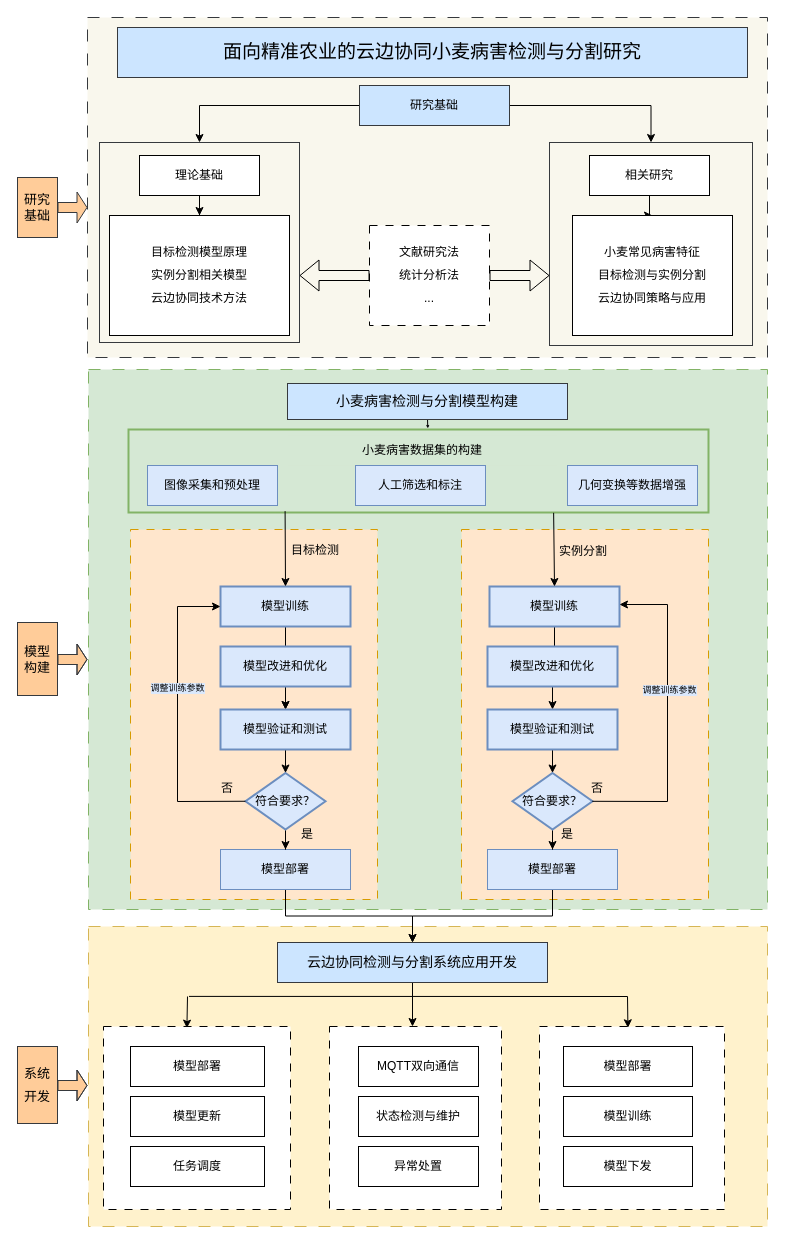
Earlier version of the draw.io diagram 未命名绘图.drawio (macwx/macw). Source tidied: cells renumbered, new cells numbered last; positions are measured from the earlier drawing's top-left corner, leaving out a move shared by most shapes. Both pictures are drawn from the tidied source at 100%, with x=0, y=0 at pixel (17, 17).
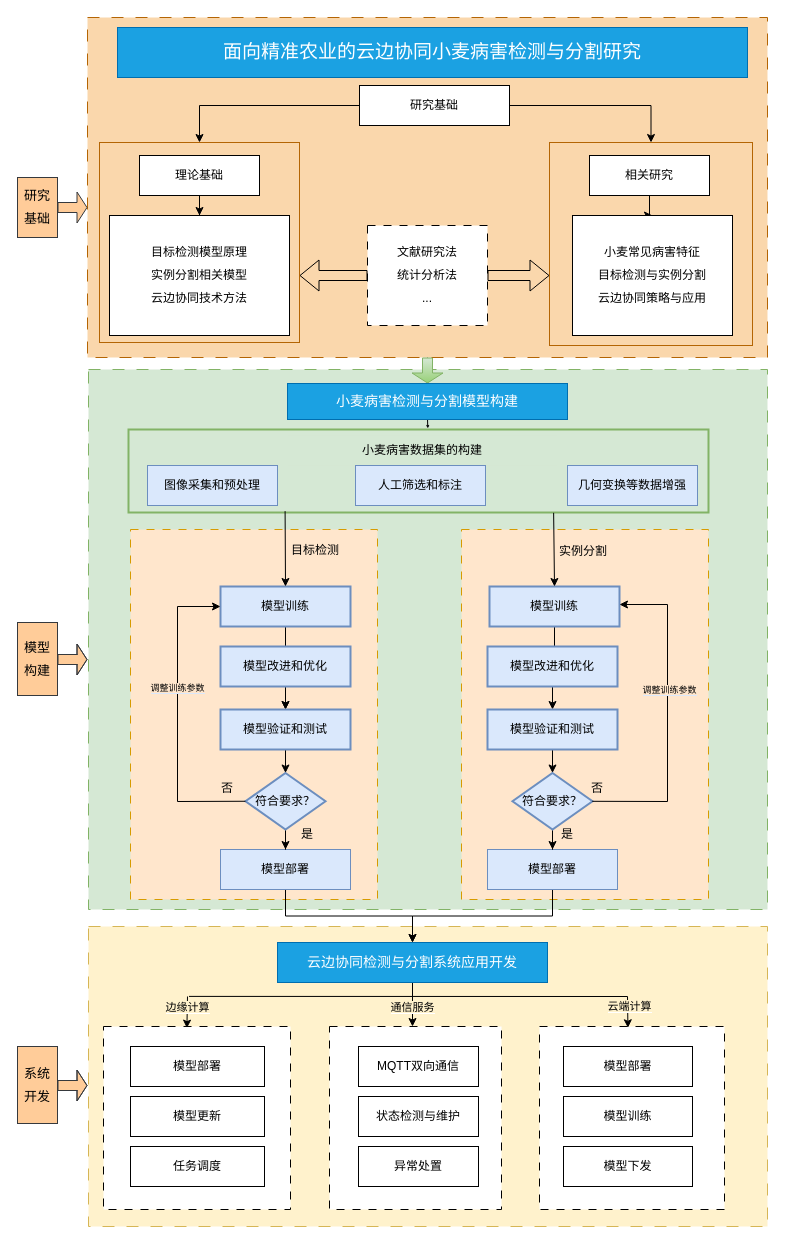
After the change.

Commit message:
更新未命名绘图.drawio

The change refers to these unchanged cells:
```xml
<mxCell id="51" style="endArrow=classic;html=1;rounded=0;exitX=0;exitY=0.5;exitDx=0;exitDy=0;entryX=0;entryY=0.5;entryDx=0;entryDy=0;" parent="1" edge="1" source="45" target="32">
  <mxGeometry relative="1" as="geometry">
    <Array as="points">
      <mxPoint x="160" y="784" />
      <mxPoint x="160" y="589" />
    </Array>
  </mxGeometry>
</mxCell>
<mxCell id="56" style="endArrow=classic;html=1;rounded=0;exitX=0.412;exitY=1.009;exitDx=0;exitDy=0;entryX=1;entryY=0.5;entryDx=0;entryDy=0;exitPerimeter=0;" parent="1" edge="1">
  <mxGeometry relative="1" as="geometry">
    <mxPoint x="574.7" y="783.8" as="sourcePoint" />
    <mxPoint x="602" y="587" as="targetPoint" />
    <Array as="points">
      <mxPoint x="650" y="784" />
      <mxPoint x="650" y="587" />
    </Array>
  </mxGeometry>
</mxCell>
<mxCell id="73" style="endArrow=classic;html=1;rounded=0;entryX=0.446;entryY=0.009;entryDx=0;entryDy=0;entryPerimeter=0;" parent="1" edge="1" target="8">
  <mxGeometry relative="1" as="geometry">
    <mxPoint x="170" y="979" as="sourcePoint" />
  </mxGeometry>
</mxCell>
<mxCell id="74" style="endArrow=classic;html=1;rounded=0;" parent="1" edge="1">
  <mxGeometry relative="1" as="geometry">
    <mxPoint x="395" y="979" as="sourcePoint" />
    <mxPoint x="395" y="1009" as="targetPoint" />
  </mxGeometry>
</mxCell>
<mxCell id="75" style="endArrow=classic;html=1;rounded=0;entryX=0.478;entryY=0.007;entryDx=0;entryDy=0;entryPerimeter=0;" parent="1" edge="1" target="6">
  <mxGeometry relative="1" as="geometry">
    <mxPoint x="610" y="979" as="sourcePoint" />
  </mxGeometry>
</mxCell>
```

The edit, as a diff of the source:
```diff
@@
+    <mxCell id="84" style="edgeStyle=orthogonalEdgeStyle;rounded=0;jettySize=auto;html=1;" parent="1" edge="1" source="10" target="83">
+      <mxGeometry relative="1" as="geometry" />
+    </mxCell>
-    <mxCell id="10" style="rounded=0;whiteSpace=wrap;html=1;dashed=1;fillColor=#f9f7ed;strokeColor=#36393d;dashPattern=12 12;" parent="1" vertex="1">
+    <mxCell id="10" style="rounded=0;whiteSpace=wrap;html=1;dashed=1;dashPattern=12 12;fillColor=#fad7ac;strokeColor=#b46504;" parent="1" vertex="1">
       <mxGeometry x="70" width="680" height="340" as="geometry" />
     </mxCell>
-    <mxCell id="11" style="whiteSpace=wrap;html=1;fillColor=#f9f7ed;strokeColor=#36393d;" parent="1" vertex="1">
+    <mxCell id="11" style="whiteSpace=wrap;html=1;fillColor=#fad7ac;strokeColor=#b46504;" parent="1" vertex="1">
       <mxGeometry x="532" y="125" width="203" height="203" as="geometry" />
     </mxCell>
-    <mxCell id="12" value="&#10;&lt;span style=&quot;color: rgba(0, 0, 0, 0); font-family: monospace; font-size: 0px; font-style: normal; font-variant-ligatures: normal; font-variant-caps: normal; font-weight: 400; letter-spacing: normal; orphans: 2; text-align: start; text-indent: 0px; text-transform: none; widows: 2; word-spacing: 0px; -webkit-text-stroke-width: 0px; white-space: nowrap; background-color: rgb(251, 251, 251); text-decoration-thickness: initial; text-decoration-style: initial; text-decoration-color: initial; display: inline !important; float: none;&quot;&gt;&amp;nbsp;&lt;/span&gt;&#10;&#10;" style="whiteSpace=wrap;html=1;fillColor=#f9f7ed;strokeColor=#36393d;" parent="1" vertex="1">
+    <mxCell id="12" value="&#10;&lt;span style=&quot;color: rgba(0, 0, 0, 0); font-family: monospace; font-size: 0px; font-style: normal; font-variant-ligatures: normal; font-variant-caps: normal; font-weight: 400; letter-spacing: normal; orphans: 2; text-align: start; text-indent: 0px; text-transform: none; widows: 2; word-spacing: 0px; -webkit-text-stroke-width: 0px; white-space: nowrap; background-color: rgb(251, 251, 251); text-decoration-thickness: initial; text-decoration-style: initial; text-decoration-color: initial; display: inline !important; float: none;&quot;&gt;&amp;nbsp;&lt;/span&gt;&#10;&#10;" style="whiteSpace=wrap;html=1;fillColor=#fad7ac;strokeColor=#b46504;" parent="1" vertex="1">
       <mxGeometry x="82" y="125" width="200" height="200" as="geometry" />
     </mxCell>
@@
-    <mxCell id="16" value="研究基础" style="rounded=0;whiteSpace=wrap;html=1;fillColor=#cce5ff;strokeColor=#36393d;" parent="1" vertex="1">
+    <mxCell id="16" value="研究基础" style="rounded=0;whiteSpace=wrap;html=1;" parent="1" vertex="1">
       <mxGeometry x="342" y="68" width="150" height="40" as="geometry" />
     </mxCell>
-    <mxCell id="17" value="&lt;font style=&quot;font-size: 19px;&quot;&gt;&lt;span style=&quot;line-height: 90%;&quot;&gt;面向精准农业的云边协同小麦病害检测与分割研究&lt;/span&gt;&lt;/font&gt;" style="rounded=0;whiteSpace=wrap;html=1;fillColor=#cce5ff;strokeColor=#36393d;" parent="1" vertex="1">
+    <mxCell id="17" value="&lt;font style=&quot;font-size: 19px;&quot;&gt;&lt;span style=&quot;line-height: 90%;&quot;&gt;面向精准农业的云边协同小麦病害检测与分割研究&lt;/span&gt;&lt;/font&gt;" style="rounded=0;whiteSpace=wrap;html=1;fillColor=#1ba1e2;strokeColor=#006EAF;fontColor=#ffffff;" parent="1" vertex="1">
       <mxGeometry x="100" y="10" width="630" height="50" as="geometry" />
     </mxCell>
@@
+    <mxCell id="85" style="edgeStyle=orthogonalEdgeStyle;rounded=0;jettySize=auto;html=1;shape=flexArrow;fillColor=#d5e8d4;strokeColor=#82b366;endSize=3;startSize=3;sourcePerimeterSpacing=32;gradientColor=#97d077;" parent="1" edge="1" source="24" target="83">
+      <mxGeometry relative="1" as="geometry" />
+    </mxCell>
     <mxCell id="24" value="&lt;div style=&quot;line-height: 190%;&quot;&gt;文献研究法&lt;div&gt;统计分析法&lt;/div&gt;&lt;div&gt;...&lt;/div&gt;&lt;/div&gt;" style="rounded=0;whiteSpace=wrap;html=1;dashed=1;dashPattern=8 8;" parent="1" vertex="1">
-      <mxGeometry x="352" y="208" width="120" height="100" as="geometry" />
+      <mxGeometry x="350" y="208" width="120" height="100" as="geometry" />
     </mxCell>
@@
-    <mxCell id="52" value="调整训练参数" style="edgeLabel;html=1;align=center;verticalAlign=middle;labelBackgroundColor=light-dark(#dae8fc, #ededed);fontSize=9;" parent="51" vertex="1">
+    <mxCell id="52" value="&lt;span style=&quot;background-color: light-dark(rgb(255, 230, 204), rgb(237, 237, 237));&quot;&gt;调整训练参数&lt;/span&gt;" style="edgeLabel;html=1;align=center;verticalAlign=middle;labelBackgroundColor=light-dark(#dae8fc, #ededed);fontSize=9;" parent="51" vertex="1">
       <mxGeometry x="0.19" y="1" relative="1" as="geometry" />
     </mxCell>
@@
-    <mxCell id="57" value="调整训练参数" style="edgeLabel;html=1;align=center;verticalAlign=middle;fontSize=9;labelBackgroundColor=light-dark(#dae8fc, #ededed);" parent="56" vertex="1">
+    <mxCell id="57" value="&lt;span style=&quot;background-color: light-dark(rgb(255, 230, 204), rgb(237, 237, 237));&quot;&gt;调整训练参数&lt;/span&gt;" style="edgeLabel;html=1;align=center;verticalAlign=middle;fontSize=9;labelBackgroundColor=light-dark(#dae8fc, #ededed);" parent="56" vertex="1">
       <mxGeometry x="0.17" y="-1" relative="1" as="geometry" />
     </mxCell>
@@
-    <mxCell id="62" value="&lt;font style=&quot;font-size: 14px;&quot;&gt;云边协同检测与分割系统应用开发&lt;/font&gt;" style="rounded=0;whiteSpace=wrap;html=1;fillColor=#cce5ff;strokeColor=#36393d;" parent="1" vertex="1">
+    <mxCell id="62" value="&lt;font style=&quot;font-size: 14px;&quot;&gt;云边协同检测与分割系统应用开发&lt;/font&gt;" style="rounded=0;whiteSpace=wrap;html=1;fillColor=#1ba1e2;strokeColor=#006EAF;fontColor=#ffffff;" parent="1" vertex="1">
       <mxGeometry x="260" y="925" width="270" height="40" as="geometry" />
     </mxCell>
@@
+    <mxCell id="86" value="&lt;span style=&quot;background-color: light-dark(rgb(255, 242, 204), rgb(237, 237, 237));&quot;&gt;边缘计算&lt;/span&gt;" style="edgeLabel;html=1;align=center;verticalAlign=middle;" parent="73" vertex="1">
+      <mxGeometry x="-0.39" relative="1" as="geometry">
+        <mxPoint y="1" as="offset" />
+      </mxGeometry>
+    </mxCell>
@@
+    <mxCell id="87" value="&lt;span style=&quot;background-color: light-dark(rgb(255, 242, 204), rgb(237, 237, 237));&quot;&gt;通信服务&lt;/span&gt;" style="edgeLabel;html=1;align=center;verticalAlign=middle;" parent="74" vertex="1">
+      <mxGeometry x="-0.44" y="-1" relative="1" as="geometry">
+        <mxPoint y="2" as="offset" />
+      </mxGeometry>
+    </mxCell>
@@
+    <mxCell id="88" value="&lt;span style=&quot;background-color: light-dark(rgb(255, 242, 204), rgb(237, 237, 237));&quot;&gt;云端计算&lt;/span&gt;" style="edgeLabel;html=1;align=center;verticalAlign=middle;" parent="75" vertex="1">
+      <mxGeometry x="-0.33" y="1" relative="1" as="geometry" />
+    </mxCell>
@@
-    <mxCell id="77" value="&lt;font style=&quot;font-size: 13px;&quot;&gt;研究&lt;br&gt;基础&lt;/font&gt;" style="rounded=0;whiteSpace=wrap;html=1;fillColor=#ffcc99;strokeColor=#36393d;" parent="1" vertex="1">
+    <mxCell id="77" value="&lt;font style=&quot;font-size: 13px; line-height: 170%;&quot;&gt;研究&lt;br&gt;基础&lt;/font&gt;" style="rounded=0;whiteSpace=wrap;html=1;fillColor=#ffcc99;strokeColor=#36393d;" parent="1" vertex="1">
       <mxGeometry y="160" width="40" height="60" as="geometry" />
     </mxCell>
@@
-    <mxCell id="81" value="&lt;span style=&quot;font-size: 13px;&quot;&gt;模型构建&lt;/span&gt;" style="rounded=0;whiteSpace=wrap;html=1;fillColor=#ffcc99;strokeColor=#36393d;" parent="1" vertex="1">
+    <mxCell id="81" value="&lt;span style=&quot;font-size: 13px; line-height: 170%;&quot;&gt;模型构建&lt;/span&gt;" style="rounded=0;whiteSpace=wrap;html=1;fillColor=#ffcc99;strokeColor=#36393d;" parent="1" vertex="1">
       <mxGeometry y="605" width="40" height="73" as="geometry" />
     </mxCell>
@@
-    <mxCell id="83" value="&lt;font style=&quot;font-size: 14px;&quot;&gt;小麦病害检测与分割模型构建&lt;/font&gt;" style="rounded=0;whiteSpace=wrap;html=1;fillColor=#cce5ff;strokeColor=#36393d;" parent="1" vertex="1">
+    <mxCell id="83" value="&lt;font style=&quot;font-size: 14px;&quot;&gt;小麦病害检测与分割模型构建&lt;/font&gt;" style="rounded=0;whiteSpace=wrap;html=1;fillColor=#1ba1e2;strokeColor=#006EAF;fontColor=#ffffff;" parent="1" vertex="1">
       <mxGeometry x="270" y="366" width="280" height="36" as="geometry" />
     </mxCell>
```
